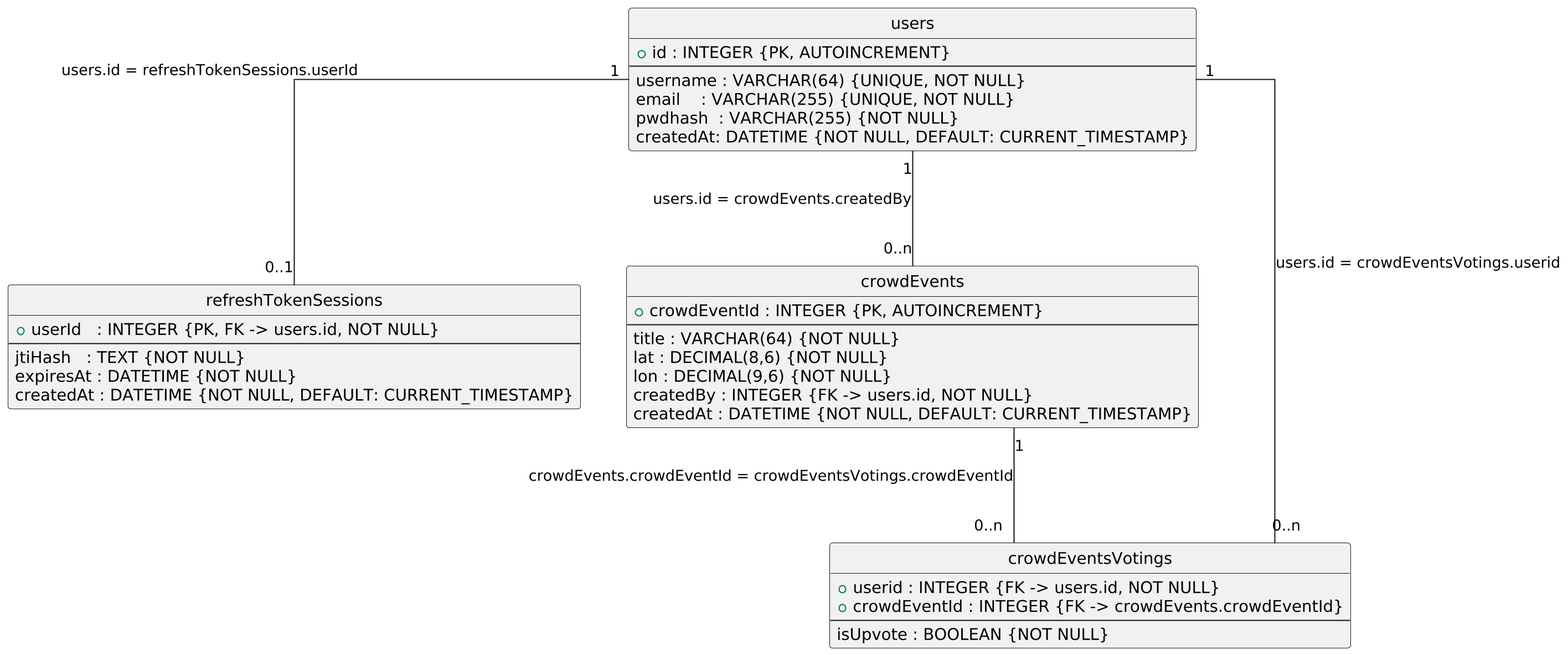
The PlantUML diagram docs/ER/backend_er.png in EinfachNiklas/CrowdMap, before a commit.
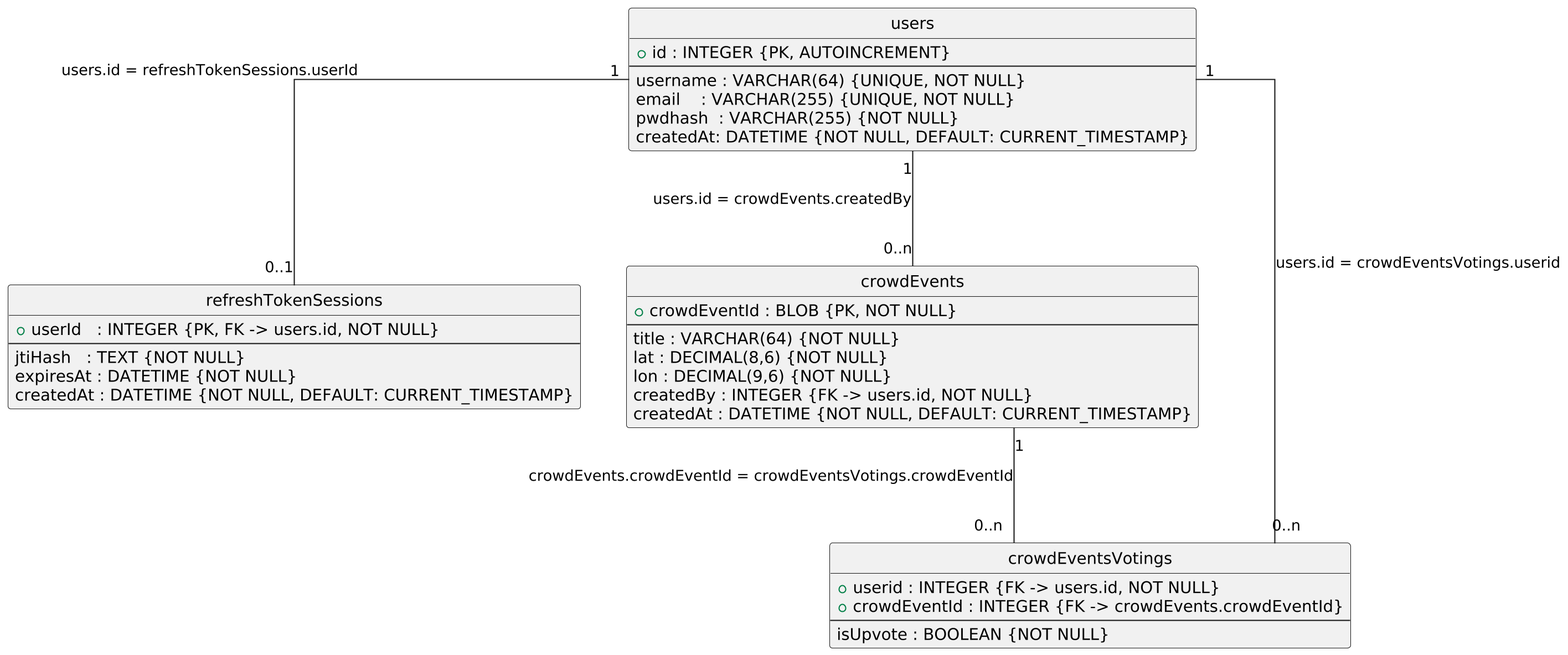
The same file after the commit.

The edit, as a diff of the source:
```diff
@@ -23,7 +23,7 @@
 }
 
 entity "crowdEvents" as crowdEvents {
-+ crowdEventId : INTEGER {PK, AUTOINCREMENT}
++ crowdEventId : BLOB {PK, NOT NULL}
 --
 title : VARCHAR(64) {NOT NULL}
 lat : DECIMAL(8,6) {NOT NULL}
```
